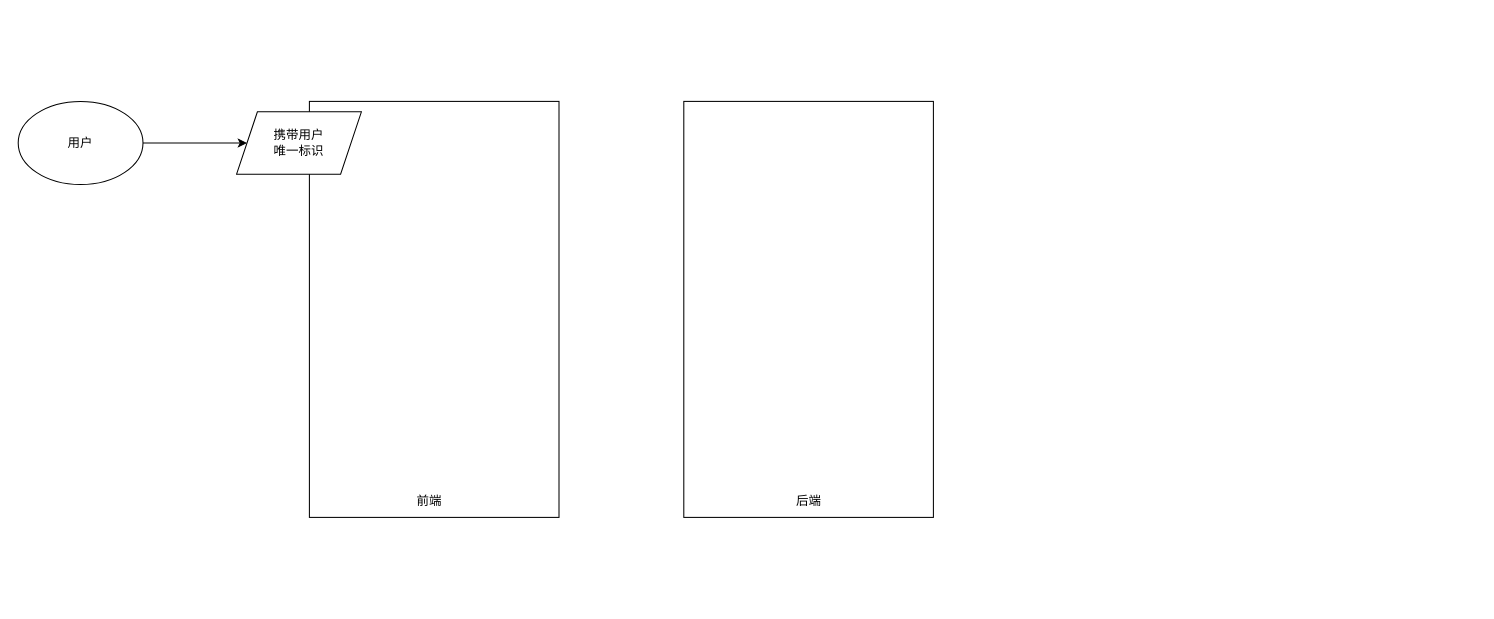
This is 设备监控流程.drawio from KNAI-I/test, a draw.io file, before an edit. Source tidied: cells renumbered, new cells numbered last; positions are measured from the earlier drawing's top-left corner, leaving out a move shared by most shapes. Both pictures are drawn from the tidied source at 104%, with x=0, y=0 at pixel (18, 101).
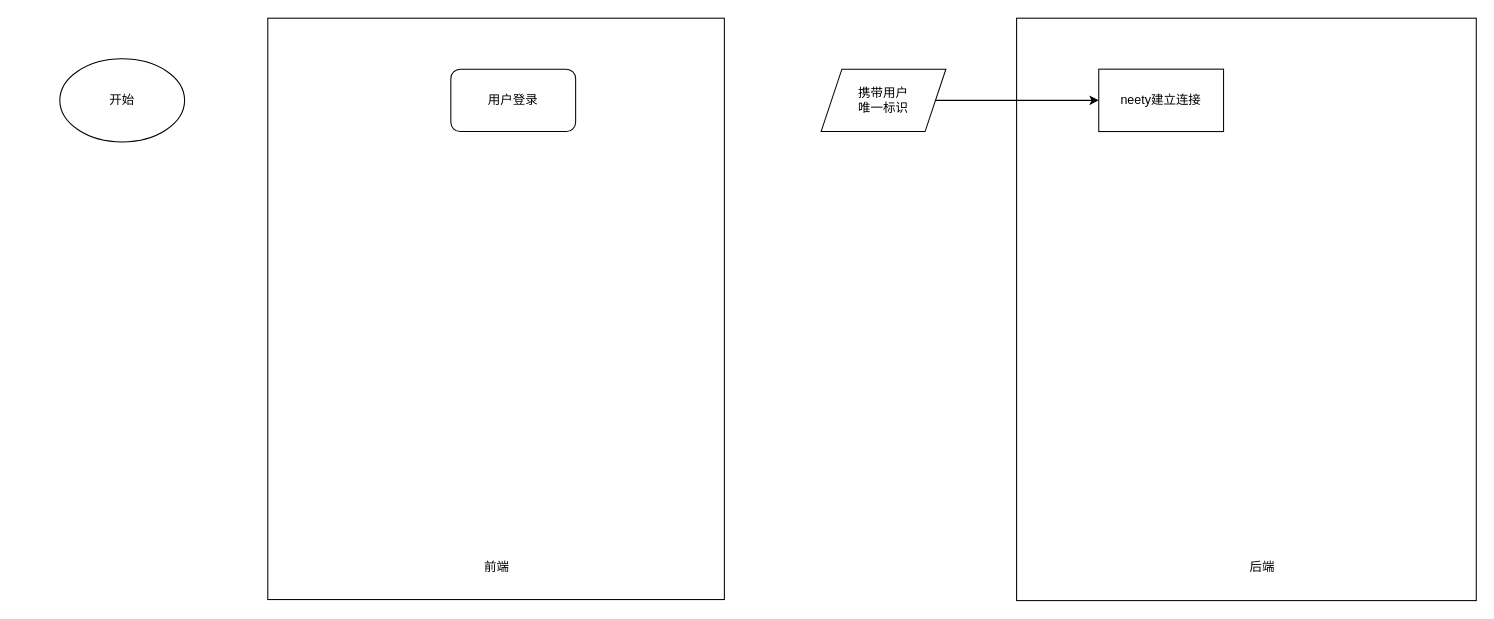
Above is the later version.

Commit message:
更新设备监控流程.drawio

What changed in the source:
```diff
@@
 <mxGraphModel>
   <root>
     <mxCell id="0" />
     <mxCell id="1" parent="0" />
     <mxCell id="2" style="rounded=0;whiteSpace=wrap;html=1;" parent="1" vertex="1">
-      <mxGeometry x="280" width="240" height="400" as="geometry" />
+      <mxGeometry x="240" y="-80" width="439" height="559" as="geometry" />
     </mxCell>
     <mxCell id="3" style="rounded=0;whiteSpace=wrap;html=1;" parent="1" vertex="1">
-      <mxGeometry x="640" width="240" height="400" as="geometry" />
+      <mxGeometry x="960" y="-80" width="442" height="560" as="geometry" />
     </mxCell>
     <mxCell id="4" value="前端" style="text;html=1;align=center;verticalAlign=middle;strokeColor=none;fillColor=none;" parent="1" vertex="1">
-      <mxGeometry x="370" y="370" width="50" height="30" as="geometry" />
+      <mxGeometry x="434.5" y="433" width="50" height="30" as="geometry" />
     </mxCell>
     <mxCell id="5" value="后端" style="text;html=1;align=center;verticalAlign=middle;strokeColor=none;fillColor=none;" parent="1" vertex="1">
-      <mxGeometry x="735" y="370" width="50" height="30" as="geometry" />
+      <mxGeometry x="1171" y="433" width="50" height="30" as="geometry" />
     </mxCell>
-    <mxCell id="6" value="用户" style="ellipse;whiteSpace=wrap;html=1;" parent="1" vertex="1">
-      <mxGeometry width="120" height="80" as="geometry" />
+    <mxCell id="6" value="开始" style="ellipse;whiteSpace=wrap;html=1;" parent="1" vertex="1">
+      <mxGeometry x="40" y="-41" width="120" height="80" as="geometry" />
     </mxCell>
-    <mxCell id="7" style="endArrow=classic;html=1;rounded=0;exitX=1;exitY=0.5;exitDx=0;exitDy=0;entryX=0;entryY=0.5;entryDx=0;entryDy=0;" parent="1" edge="1" source="6" target="8">
-      <mxGeometry relative="1" as="geometry" />
-    </mxCell>
     <mxCell id="8" value="携带用户&lt;br&gt;唯一标识" style="shape=parallelogram;perimeter=parallelogramPerimeter;whiteSpace=wrap;html=1;fixedSize=1;" parent="1" vertex="1">
-      <mxGeometry x="210" y="10" width="120" height="60" as="geometry" />
+      <mxGeometry x="772" y="-31" width="120" height="60" as="geometry" />
     </mxCell>
+    <mxCell id="9" value="用户登录" style="rounded=1;whiteSpace=wrap;html=1;" parent="1" vertex="1">
+      <mxGeometry x="416" y="-31" width="120" height="60" as="geometry" />
+    </mxCell>
+    <mxCell id="10" value="neety建立连接" style="rounded=0;whiteSpace=wrap;html=1;" parent="1" vertex="1">
+      <mxGeometry x="1039" y="-31" width="120" height="60" as="geometry" />
+    </mxCell>
+    <mxCell id="11" style="endArrow=classic;html=1;rounded=0;exitX=1;exitY=0.5;exitDx=0;exitDy=0;entryX=0;entryY=0.5;entryDx=0;entryDy=0;" parent="1" edge="1" source="8" target="10">
+      <mxGeometry relative="1" as="geometry" />
+    </mxCell>
   </root>
 </mxGraphModel>
```
